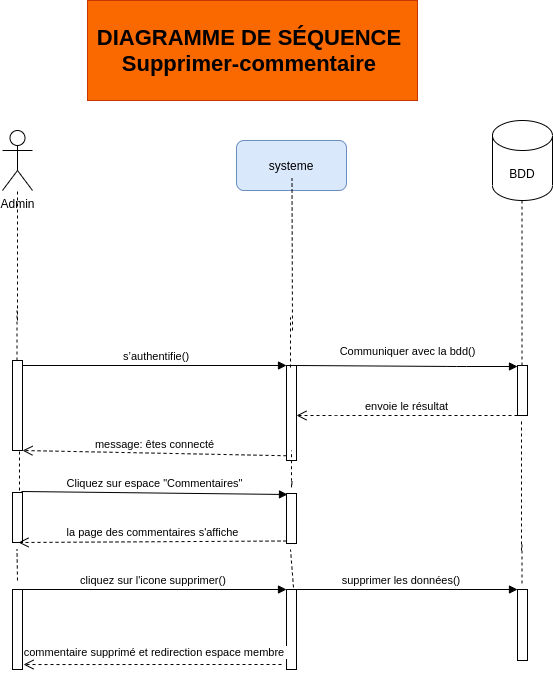
Earlier version of the draw.io export diagrammes/Diagramme_P5-Séq Supprimer-Commentaires.drawio.png (Elhadj75BAH/Blog-mvc). Source tidied: cells renumbered, new cells last; positions are measured from the earlier drawing's top-left corner, leaving out a move shared by most shapes. The source it was exported from:
```xml
<mxGraphModel>
  <root>
    <mxCell id="0" />
    <mxCell id="1" parent="0" />
    <mxCell id="2" value="&lt;font style=&quot;font-size: 22px&quot;&gt;&lt;b&gt;DIAGRAMME DE SÉQUENCE&amp;nbsp;&lt;br&gt;Supprimer-commentaire&amp;nbsp;&lt;br&gt;&lt;/b&gt;&lt;/font&gt;" style="text;html=1;strokeColor=#C73500;fillColor=#fa6800;align=center;verticalAlign=middle;whiteSpace=wrap;rounded=0;fontColor=#000000;" parent="1" vertex="1">
      <mxGeometry x="85" width="330" height="100" as="geometry" />
    </mxCell>
    <mxCell id="3" value="systeme" style="rounded=1;whiteSpace=wrap;html=1;fillColor=#dae8fc;strokeColor=#6c8ebf;" parent="1" vertex="1">
      <mxGeometry x="234" y="140" width="110" height="50" as="geometry" />
    </mxCell>
    <mxCell id="4" style="endArrow=none;dashed=1;html=1;entryX=0.5;entryY=1;entryDx=0;entryDy=0;" parent="1" edge="1">
      <mxGeometry relative="1" as="geometry">
        <mxPoint x="15" y="320" as="sourcePoint" />
        <mxPoint x="15" y="190" as="targetPoint" />
      </mxGeometry>
    </mxCell>
    <mxCell id="5" style="endArrow=none;dashed=1;html=1;entryX=0.5;entryY=1;entryDx=0;entryDy=0;" parent="1" edge="1">
      <mxGeometry relative="1" as="geometry">
        <mxPoint x="290" y="330" as="sourcePoint" />
        <mxPoint x="289.5" y="178" as="targetPoint" />
      </mxGeometry>
    </mxCell>
    <mxCell id="6" style="endArrow=none;dashed=1;html=1;entryX=0.5;entryY=1;entryDx=0;entryDy=0;" parent="1" edge="1" source="7">
      <mxGeometry relative="1" as="geometry">
        <mxPoint x="519.5" y="190" as="targetPoint" />
      </mxGeometry>
    </mxCell>
    <mxCell id="7" style="html=1;points=[];perimeter=orthogonalPerimeter;" parent="1" vertex="1">
      <mxGeometry x="515" y="365" width="10" height="50" as="geometry" />
    </mxCell>
    <mxCell id="8" value="envoie le résultat" style="html=1;verticalAlign=bottom;endArrow=open;dashed=1;endSize=8;" parent="1" edge="1">
      <mxGeometry relative="1" as="geometry">
        <mxPoint x="515" y="415" as="sourcePoint" />
        <mxPoint x="294" y="415" as="targetPoint" />
        <Array as="points">
          <mxPoint x="324" y="415" />
        </Array>
      </mxGeometry>
    </mxCell>
    <mxCell id="9" style="html=1;points=[];perimeter=orthogonalPerimeter;" parent="1" vertex="1">
      <mxGeometry x="10" y="360" width="10" height="90" as="geometry" />
    </mxCell>
    <mxCell id="10" style="html=1;points=[];perimeter=orthogonalPerimeter;" parent="1" vertex="1">
      <mxGeometry x="284" y="365" width="10" height="95" as="geometry" />
    </mxCell>
    <mxCell id="11" value="&amp;nbsp;s’authentifie()" style="html=1;verticalAlign=bottom;endArrow=block;entryX=0;entryY=0;" parent="1" edge="1" source="9" target="10">
      <mxGeometry relative="1" as="geometry" />
    </mxCell>
    <mxCell id="12" value="message: êtes connecté" style="html=1;verticalAlign=bottom;endArrow=open;dashed=1;endSize=8;exitX=0;exitY=0.95;" parent="1" edge="1" source="10" target="9">
      <mxGeometry relative="1" as="geometry" />
    </mxCell>
    <mxCell id="13" value="Communiquer avec la bdd()" style="html=1;verticalAlign=bottom;endArrow=block;" parent="1" edge="1">
      <mxGeometry y="6" relative="1" as="geometry">
        <mxPoint x="294" y="365" as="sourcePoint" />
        <mxPoint x="515" y="366" as="targetPoint" />
        <Array as="points">
          <mxPoint x="454" y="366" />
        </Array>
      </mxGeometry>
    </mxCell>
    <mxCell id="14" style="endArrow=none;dashed=1;html=1;entryX=0.5;entryY=1;entryDx=0;entryDy=0;" parent="1" edge="1">
      <mxGeometry relative="1" as="geometry">
        <mxPoint x="14.5" y="360" as="sourcePoint" />
        <mxPoint x="14.5" y="310" as="targetPoint" />
      </mxGeometry>
    </mxCell>
    <mxCell id="15" style="endArrow=none;dashed=1;html=1;entryX=0.5;entryY=1;entryDx=0;entryDy=0;" parent="1" edge="1">
      <mxGeometry relative="1" as="geometry">
        <mxPoint x="288" y="367" as="sourcePoint" />
        <mxPoint x="288" y="317" as="targetPoint" />
      </mxGeometry>
    </mxCell>
    <mxCell id="16" style="html=1;points=[];perimeter=orthogonalPerimeter;" parent="1" vertex="1">
      <mxGeometry x="10" y="492" width="10" height="50" as="geometry" />
    </mxCell>
    <mxCell id="17" style="html=1;points=[];perimeter=orthogonalPerimeter;" parent="1" vertex="1">
      <mxGeometry x="284" y="493" width="10" height="50" as="geometry" />
    </mxCell>
    <mxCell id="18" value="Cliquez sur espace &quot;Commentaires&quot;" style="html=1;verticalAlign=bottom;endArrow=block;exitX=0.9;exitY=-0.02;exitDx=0;exitDy=0;exitPerimeter=0;" parent="1" edge="1" source="16">
      <mxGeometry relative="1" as="geometry">
        <mxPoint x="285" y="494" as="targetPoint" />
      </mxGeometry>
    </mxCell>
    <mxCell id="19" value="la page des commentaires s'affiche" style="html=1;verticalAlign=bottom;endArrow=open;dashed=1;endSize=8;exitX=0;exitY=0.95;entryX=0.6;entryY=1;entryDx=0;entryDy=0;entryPerimeter=0;" parent="1" edge="1" source="17" target="16">
      <mxGeometry relative="1" as="geometry" />
    </mxCell>
    <mxCell id="20" style="html=1;points=[];perimeter=orthogonalPerimeter;" parent="1" vertex="1">
      <mxGeometry x="284" y="589" width="10" height="80" as="geometry" />
    </mxCell>
    <mxCell id="21" value="cliquez sur l'icone supprimer()&amp;nbsp;" style="html=1;verticalAlign=bottom;endArrow=block;entryX=0;entryY=0;" parent="1" edge="1" source="23" target="20">
      <mxGeometry relative="1" as="geometry" />
    </mxCell>
    <mxCell id="22" value="commentaire supprimé et redirection espace membre&amp;nbsp;" style="html=1;verticalAlign=bottom;endArrow=open;dashed=1;endSize=8;exitX=0;exitY=0.95;entryX=1.1;entryY=0.938;entryDx=0;entryDy=0;entryPerimeter=0;" parent="1" edge="1" target="23">
      <mxGeometry x="-0.02" y="-3" relative="1" as="geometry">
        <mxPoint x="279" y="664" as="sourcePoint" />
      </mxGeometry>
    </mxCell>
    <mxCell id="23" style="html=1;points=[];perimeter=orthogonalPerimeter;" parent="1" vertex="1">
      <mxGeometry x="10" y="589" width="10" height="80" as="geometry" />
    </mxCell>
    <mxCell id="24" style="endArrow=none;dashed=1;html=1;" parent="1" edge="1">
      <mxGeometry relative="1" as="geometry">
        <mxPoint x="519" y="550" as="sourcePoint" />
        <mxPoint x="519" y="420" as="targetPoint" />
      </mxGeometry>
    </mxCell>
    <mxCell id="25" style="endArrow=none;dashed=1;html=1;exitX=0.7;exitY=-0.025;exitDx=0;exitDy=0;exitPerimeter=0;" parent="1" edge="1" source="20">
      <mxGeometry relative="1" as="geometry">
        <mxPoint x="288" y="549" as="targetPoint" />
      </mxGeometry>
    </mxCell>
    <mxCell id="26" style="endArrow=none;dashed=1;html=1;" parent="1" edge="1">
      <mxGeometry relative="1" as="geometry">
        <mxPoint x="289.5" y="481" as="sourcePoint" />
        <mxPoint x="289" y="450" as="targetPoint" />
        <Array as="points">
          <mxPoint x="289" y="490" />
        </Array>
      </mxGeometry>
    </mxCell>
    <mxCell id="27" style="endArrow=none;dashed=1;html=1;" parent="1" edge="1">
      <mxGeometry relative="1" as="geometry">
        <mxPoint x="15" y="580" as="sourcePoint" />
        <mxPoint x="14.5" y="549" as="targetPoint" />
      </mxGeometry>
    </mxCell>
    <mxCell id="28" style="endArrow=none;dashed=1;html=1;" parent="1" edge="1">
      <mxGeometry relative="1" as="geometry">
        <mxPoint x="17" y="490" as="sourcePoint" />
        <mxPoint x="17" y="450" as="targetPoint" />
      </mxGeometry>
    </mxCell>
    <mxCell id="29" style="endArrow=none;dashed=1;html=1;entryX=0.45;entryY=1.013;entryDx=0;entryDy=0;entryPerimeter=0;" parent="1" edge="1">
      <mxGeometry relative="1" as="geometry">
        <mxPoint x="519.5" y="583" as="sourcePoint" />
        <mxPoint x="519.5" y="542" as="targetPoint" />
      </mxGeometry>
    </mxCell>
    <mxCell id="30" value="Admin" style="shape=umlActor;verticalLabelPosition=bottom;verticalAlign=top;html=1;" parent="1" vertex="1">
      <mxGeometry y="130" width="30" height="60" as="geometry" />
    </mxCell>
    <mxCell id="31" value="&amp;nbsp;supprimer les données()&amp;nbsp;&amp;nbsp;" style="html=1;verticalAlign=bottom;endArrow=block;" parent="1" edge="1">
      <mxGeometry relative="1" as="geometry">
        <mxPoint x="284" y="589" as="sourcePoint" />
        <mxPoint x="515" y="589" as="targetPoint" />
      </mxGeometry>
    </mxCell>
    <mxCell id="32" style="html=1;perimeter=orthogonalPerimeter;" parent="1" vertex="1">
      <mxGeometry x="515" y="589" width="10" height="71" as="geometry" />
    </mxCell>
    <mxCell id="33" value="BDD" style="shape=cylinder3;whiteSpace=wrap;html=1;boundedLbl=1;backgroundOutline=1;size=15;" parent="1" vertex="1">
      <mxGeometry x="490" y="120" width="60" height="80" as="geometry" />
    </mxCell>
  </root>
</mxGraphModel>
```
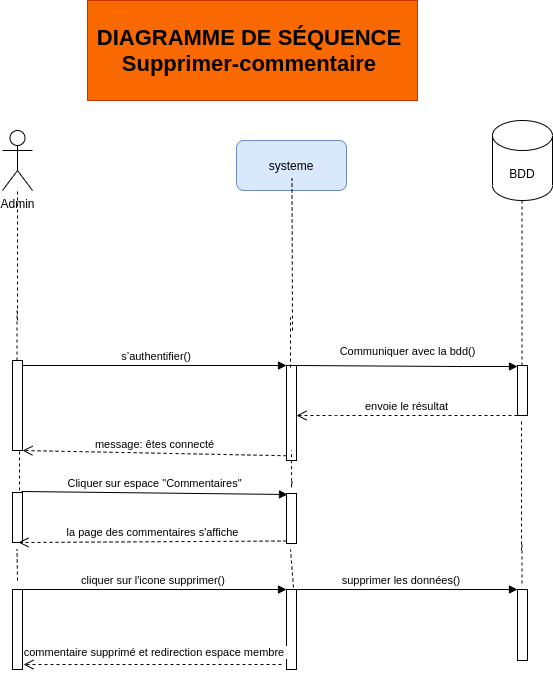
After the commit.

Change to the diagram source:
```diff
@@ -43,7 +43,7 @@
     <mxCell id="10" style="html=1;points=[];perimeter=orthogonalPerimeter;" parent="1" vertex="1">
       <mxGeometry x="284" y="365" width="10" height="95" as="geometry" />
     </mxCell>
-    <mxCell id="11" value="&amp;nbsp;s’authentifie()" style="html=1;verticalAlign=bottom;endArrow=block;entryX=0;entryY=0;" parent="1" edge="1" source="9" target="10">
+    <mxCell id="11" value="&amp;nbsp;s’authentifier()" style="html=1;verticalAlign=bottom;endArrow=block;entryX=0;entryY=0;" parent="1" edge="1" source="9" target="10">
       <mxGeometry relative="1" as="geometry" />
     </mxCell>
     <mxCell id="12" value="message: êtes connecté" style="html=1;verticalAlign=bottom;endArrow=open;dashed=1;endSize=8;exitX=0;exitY=0.95;" parent="1" edge="1" source="10" target="9">
@@ -76,7 +76,7 @@
     <mxCell id="17" style="html=1;points=[];perimeter=orthogonalPerimeter;" parent="1" vertex="1">
       <mxGeometry x="284" y="493" width="10" height="50" as="geometry" />
     </mxCell>
-    <mxCell id="18" value="Cliquez sur espace &quot;Commentaires&quot;" style="html=1;verticalAlign=bottom;endArrow=block;exitX=0.9;exitY=-0.02;exitDx=0;exitDy=0;exitPerimeter=0;" parent="1" edge="1" source="16">
+    <mxCell id="18" value="Cliquer sur espace &quot;Commentaires&quot;" style="html=1;verticalAlign=bottom;endArrow=block;exitX=0.9;exitY=-0.02;exitDx=0;exitDy=0;exitPerimeter=0;" parent="1" edge="1" source="16">
       <mxGeometry relative="1" as="geometry">
         <mxPoint x="285" y="494" as="targetPoint" />
       </mxGeometry>
@@ -87,7 +87,7 @@
     <mxCell id="20" style="html=1;points=[];perimeter=orthogonalPerimeter;" parent="1" vertex="1">
       <mxGeometry x="284" y="589" width="10" height="80" as="geometry" />
     </mxCell>
-    <mxCell id="21" value="cliquez sur l'icone supprimer()&amp;nbsp;" style="html=1;verticalAlign=bottom;endArrow=block;entryX=0;entryY=0;" parent="1" edge="1" source="23" target="20">
+    <mxCell id="21" value="cliquer sur l'icone supprimer()&amp;nbsp;" style="html=1;verticalAlign=bottom;endArrow=block;entryX=0;entryY=0;" parent="1" edge="1" source="23" target="20">
       <mxGeometry relative="1" as="geometry" />
     </mxCell>
     <mxCell id="22" value="commentaire supprimé et redirection espace membre&amp;nbsp;" style="html=1;verticalAlign=bottom;endArrow=open;dashed=1;endSize=8;exitX=0;exitY=0.95;entryX=1.1;entryY=0.938;entryDx=0;entryDy=0;entryPerimeter=0;" parent="1" edge="1" target="23">
```
